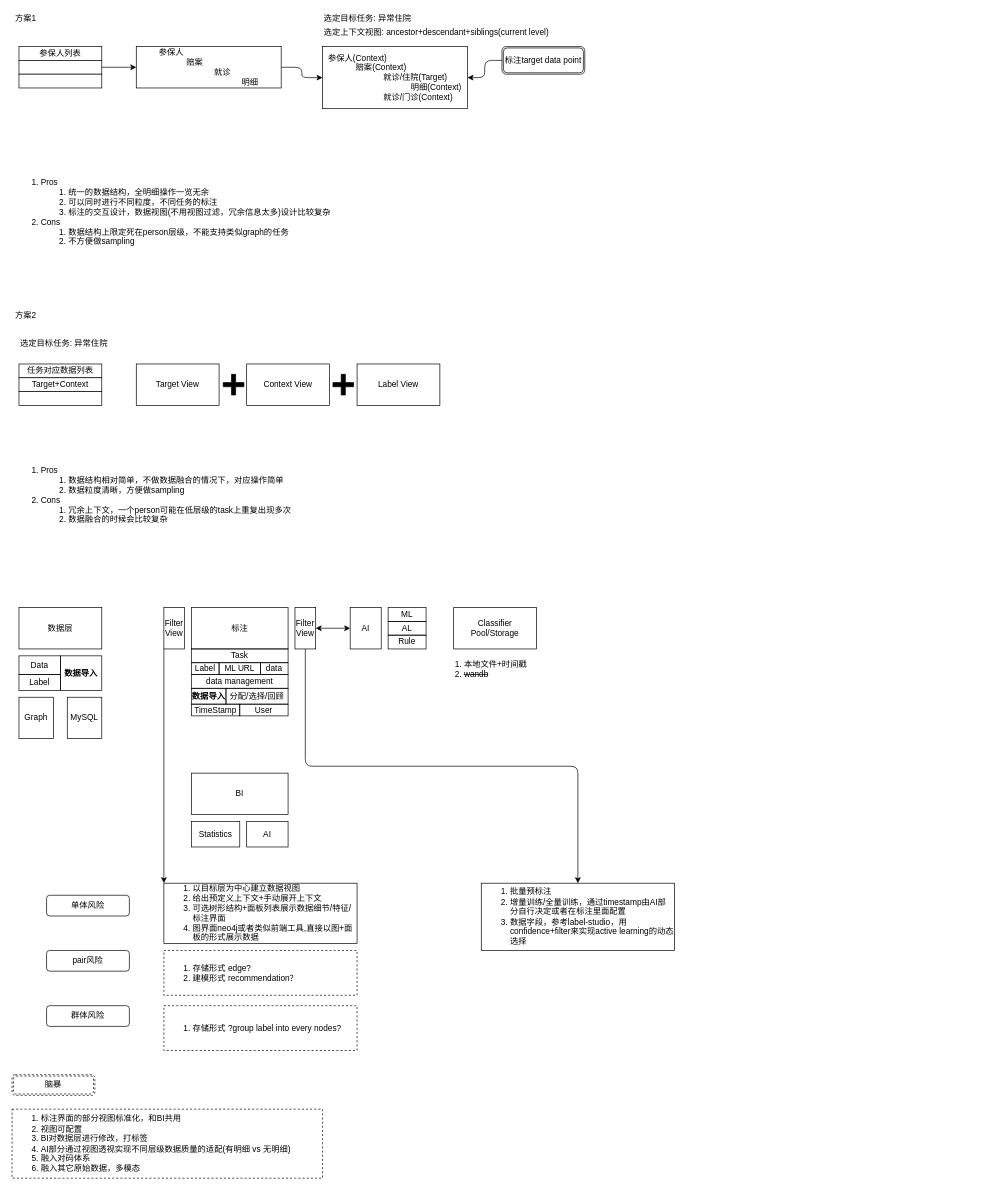
The draw.io diagram 标注方案.drawio in XiaoLiuAI/diagrams, before the edit. Source tidied: cells renumbered, new cells numbered last; positions are measured from the earlier drawing's top-left corner, leaving out a move shared by most shapes. Both pictures are drawn from the tidied source at 69%, with x=0, y=0 at pixel (12, 12).
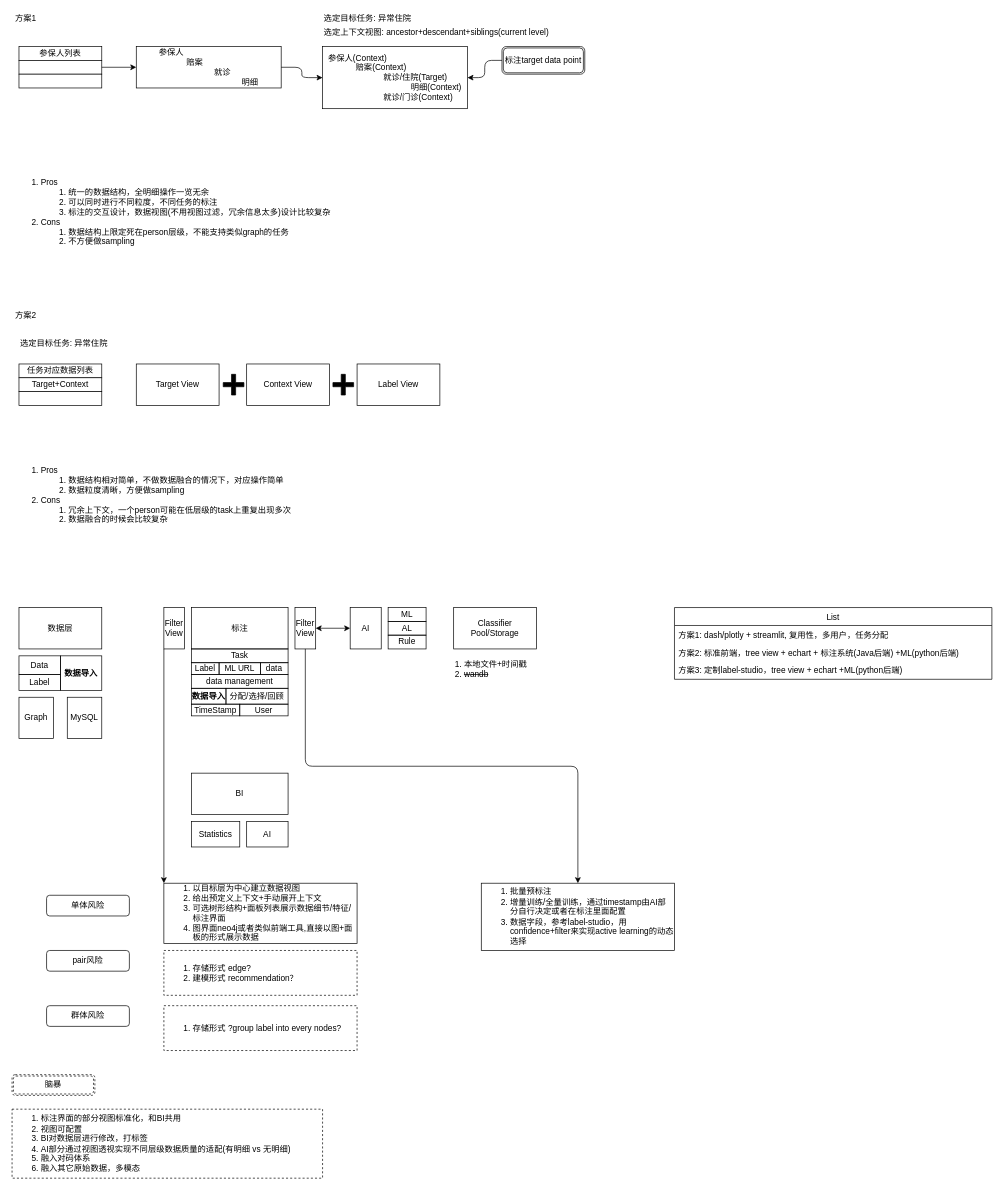
After the change.

Diff of the diagram source:
```diff
@@
+    <mxCell id="65" value="List" style="swimlane;fontStyle=0;horizontal=1;startSize=26;fillColor=none;" parent="1" vertex="1">
+      <mxGeometry x="960" y="863" width="460" height="104" as="geometry" />
+    </mxCell>
+    <mxCell id="66" value="方案1: dash/plotly + streamlit, 复用性，多用户，任务分配" style="text;strokeColor=none;fillColor=none;align=left;verticalAlign=top;spacingLeft=4;spacingRight=4;overflow=hidden;" parent="65" vertex="1">
+      <mxGeometry y="26" width="460" height="26" as="geometry" />
+    </mxCell>
+    <mxCell id="67" value="方案2: 标准前端，tree view + echart + 标注系统(Java后端) +ML(python后端)" style="text;strokeColor=none;fillColor=none;align=left;verticalAlign=top;spacingLeft=4;spacingRight=4;overflow=hidden;" parent="65" vertex="1">
+      <mxGeometry y="52" width="460" height="26" as="geometry" />
+    </mxCell>
+    <mxCell id="68" value="方案3: 定制label-studio，tree view + echart +ML(python后端)" style="text;strokeColor=none;fillColor=none;align=left;verticalAlign=top;spacingLeft=4;spacingRight=4;overflow=hidden;" parent="65" vertex="1">
+      <mxGeometry y="78" width="460" height="26" as="geometry" />
+    </mxCell>
```
